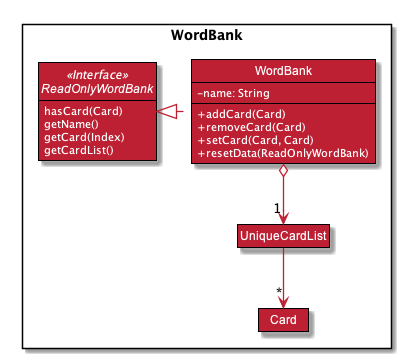
The PlantUML diagram docs/images/WordBankDiagram.png in nus-cs2103-AY1920S1/addressbook-level3, before a commit. Source of this version:
```plantuml
@startuml













skinparam BackgroundColor #FFFFFFF

skinparam Shadowing false

skinparam Class {
    FontColor #FFFFFF
    BorderThickness 1
    BorderColor #000000
    StereotypeFontColor #FFFFFF
    FontName Arial
    AttributeFontColor #FFFFFF
}

skinparam Actor {
    BorderColor #000000
    Color #000000
    FontName Arial
}

skinparam Sequence {
    MessageAlign center
    BoxFontSize 15
    BoxPadding 0
    BoxFontColor #FFFFFF
    FontName Arial
}

skinparam Participant {
    FontColor #FFFFFFF
    Padding 20
}

skinparam MinClassWidth 50
skinparam ParticipantPadding 10
skinparam Shadowing true
skinparam DefaultTextAlignment center
skinparam packageStyle Rectangle
skinparam classAttributeIconSize 0

hide footbox
hide members
hide circle
hide empty members
skinparam arrowThickness 1.3
skinparam arrowColor #BD2032
skinparam classBackgroundColor #BD2032

show members
hide empty members

Package WordBank <<Rectangle>>{
Interface ReadOnlyWordBank <<Interface>> {
hasCard(Card)
getName()
getCard(Index)
getCardList()
}

class WordBank {
   -name: String
   +addCard(Card)
   +removeCard(Card)
   +setCard(Card, Card)
   +resetData(ReadOnlyWordBank)
}
Class UniqueCardList
Class Card
}

WordBank .left.|> ReadOnlyWordBank
WordBank o-down-> "1" UniqueCardList
UniqueCardList -down-> "*" Card
@enduml
```
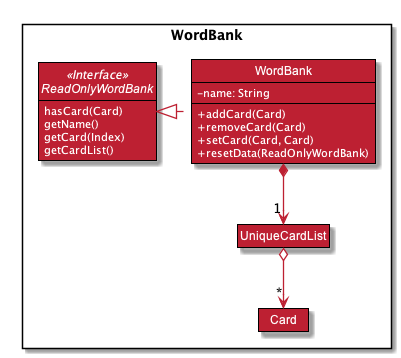
After the change.

Diff of the diagram source:
```diff
@@ -82,6 +82,6 @@
 }
 
 WordBank .left.|> ReadOnlyWordBank
-WordBank o-down-> "1" UniqueCardList
-UniqueCardList -down-> "*" Card
+WordBank *-down-> "1" UniqueCardList
+UniqueCardList o-down-> "*" Card
 @enduml
```
